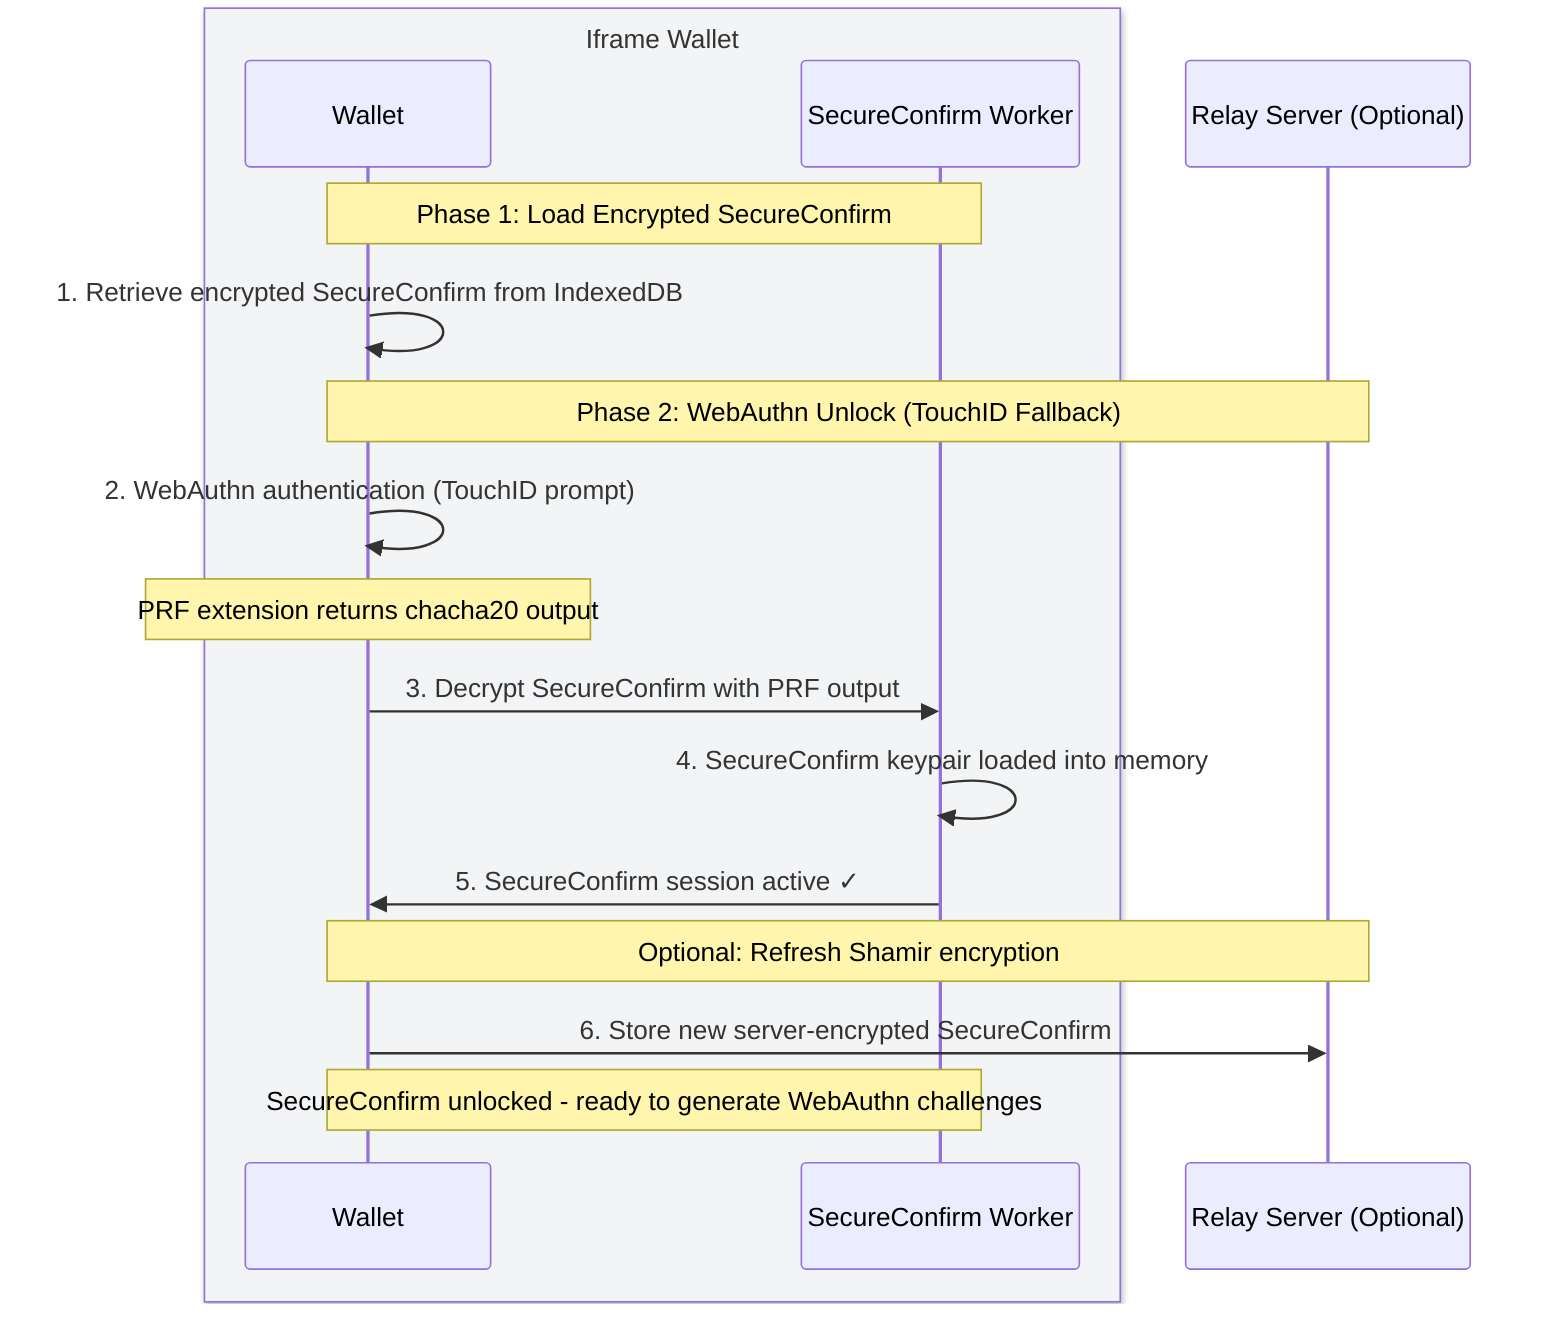
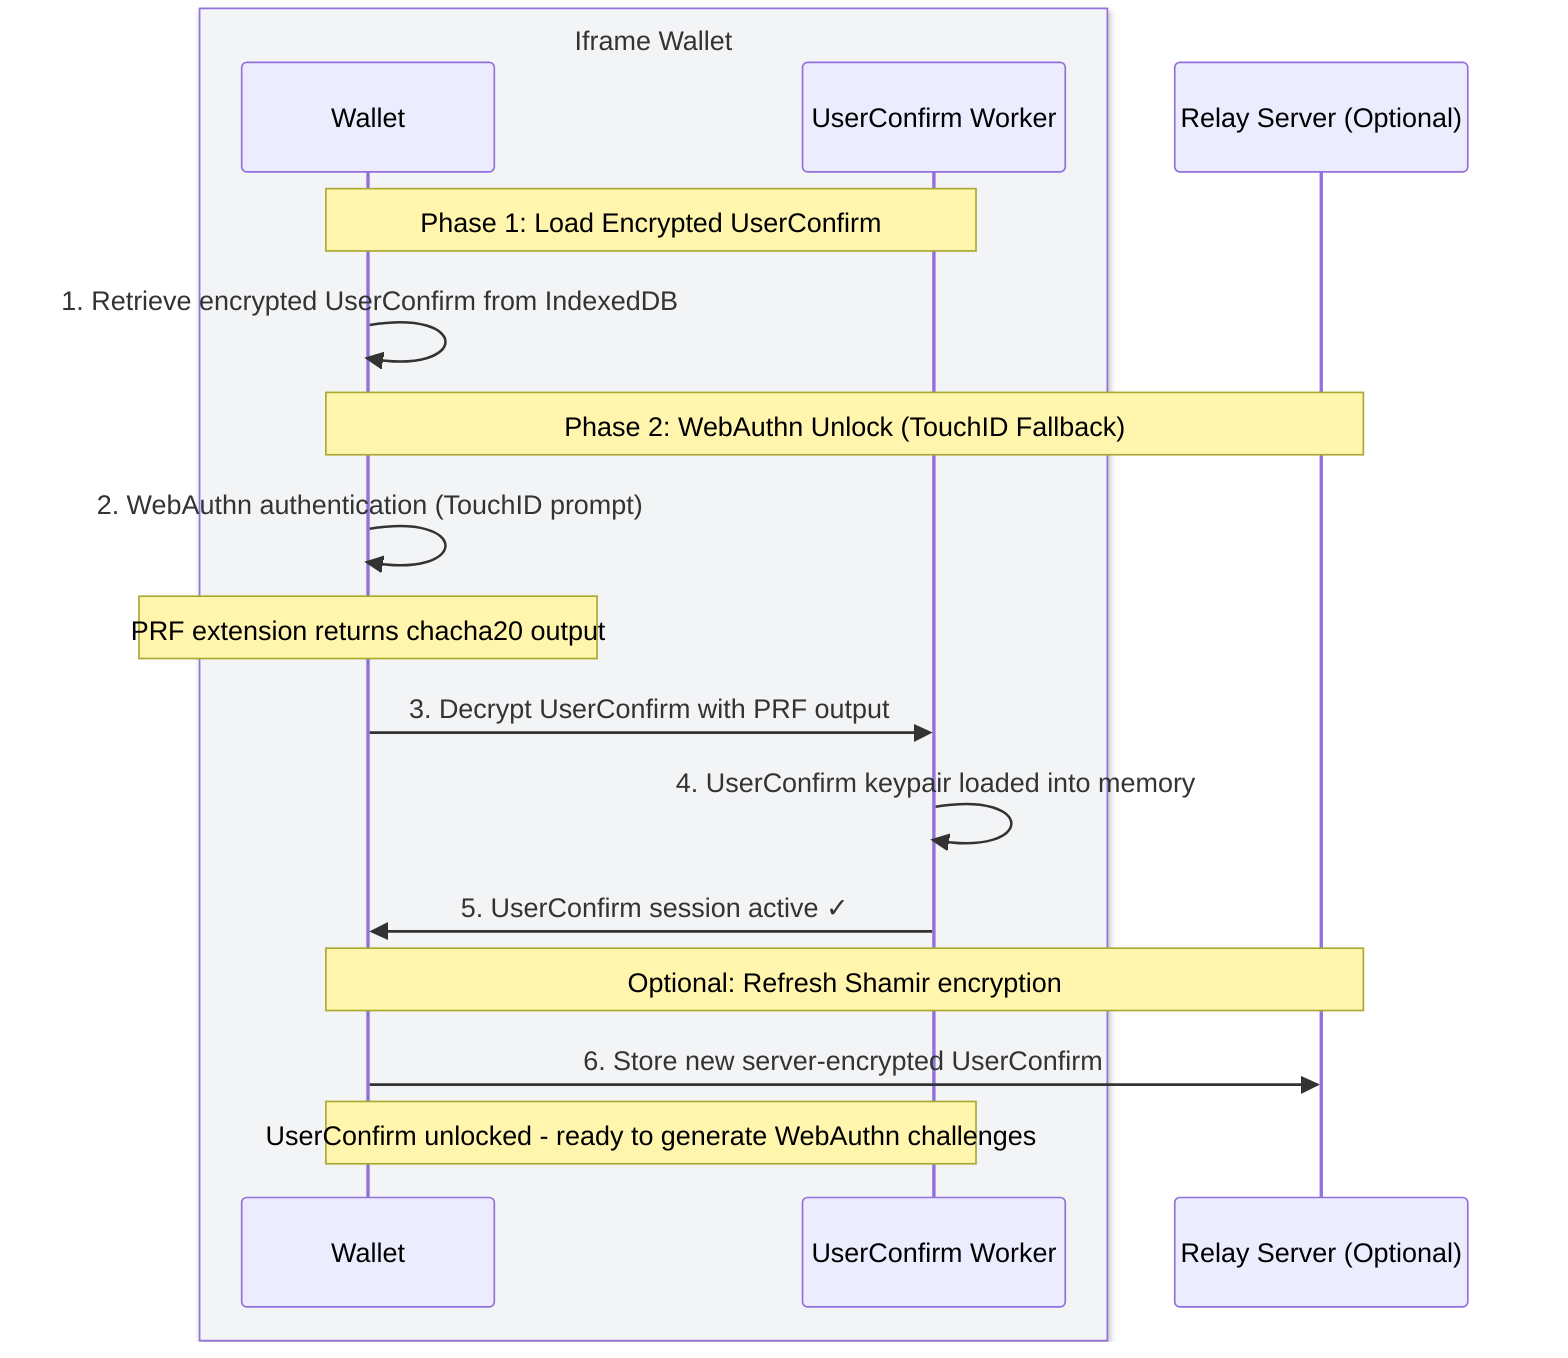
sequenceDiagram
    box rgb(243, 244, 246) Iframe Wallet
    participant Wallet as Wallet
-     participant Worker as SecureConfirm Worker
+     participant Worker as UserConfirm Worker
    end
    participant Relay as Relay Server (Optional)

-     Note over Wallet,Worker: Phase 1: Load Encrypted SecureConfirm
-     Wallet->>Wallet: 1. Retrieve encrypted SecureConfirm from IndexedDB
+     Note over Wallet,Worker: Phase 1: Load Encrypted UserConfirm
+     Wallet->>Wallet: 1. Retrieve encrypted UserConfirm from IndexedDB

    Note over Wallet,Relay: Phase 2: WebAuthn Unlock (TouchID Fallback)
    Wallet->>Wallet: 2. WebAuthn authentication (TouchID prompt)
    Note over Wallet: PRF extension returns chacha20 output
-     Wallet->>Worker: 3. Decrypt SecureConfirm with PRF output
-     Worker->>Worker: 4. SecureConfirm keypair loaded into memory
-     Worker->>Wallet: 5. SecureConfirm session active ✓
+     Wallet->>Worker: 3. Decrypt UserConfirm with PRF output
+     Worker->>Worker: 4. UserConfirm keypair loaded into memory
+     Worker->>Wallet: 5. UserConfirm session active ✓
    Note over Wallet,Relay: Optional: Refresh Shamir encryption
-     Wallet->>Relay: 6. Store new server-encrypted SecureConfirm
+     Wallet->>Relay: 6. Store new server-encrypted UserConfirm

-     Note over Wallet,Worker: SecureConfirm unlocked - ready to generate WebAuthn challenges
+     Note over Wallet,Worker: UserConfirm unlocked - ready to generate WebAuthn challenges
